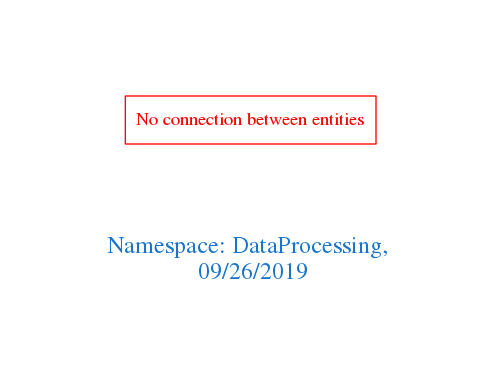
Before: downloads/DataProcessing.png, a diagram exported from Graphviz (arago/OGIT). Its source is kept beside it as downloads/DataProcessing.dot.
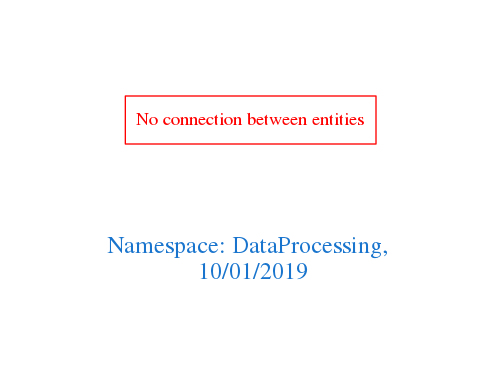
The same file after the commit.

What changed in the source:
```diff
@@ -1,7 +1,7 @@
 digraph OGIT_ontology {
  graph [ rankdir= LR,pad=1
 fontsize = 18,
-fontcolor= dodgerblue3,label = "\n\n\nNamespace: DataProcessing, \n 09/26/2019"];
+fontcolor= dodgerblue3,label = "\n\n\nNamespace: DataProcessing, \n 10/01/2019"];
 node[shape=polygon];
 edge [  color="gray81"];
 
```
